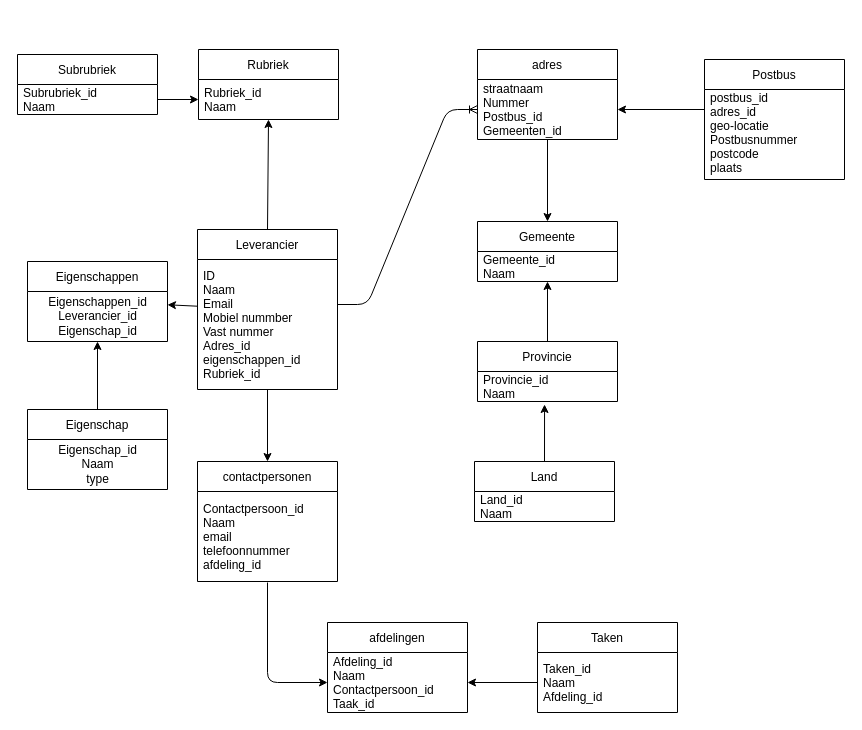
Earlier version of the draw.io diagram relational-data-storage/opdracht-1/Opdracht1.drawio (JelleKruijssen/educom-data-science-1664806245). Source tidied: cells renumbered, new cells numbered last; positions are measured from the earlier drawing's top-left corner, leaving out a move shared by most shapes. Both pictures are drawn from the tidied source at 100%, with x=0, y=0 at pixel (17, 49).
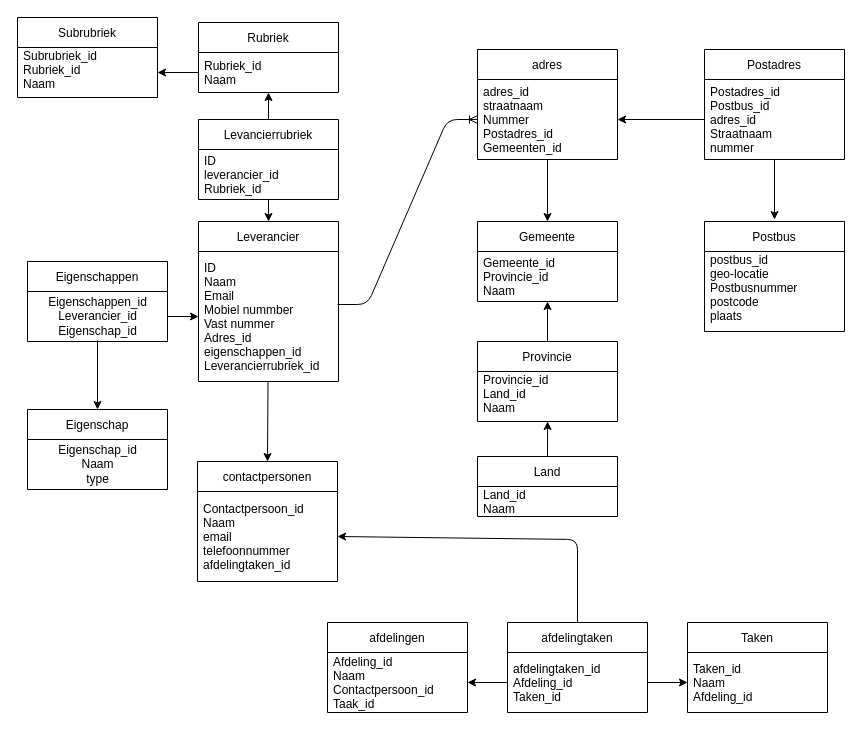
The same diagram, later.

Unchanged cells that the change refers to:
```xml
<mxCell id="7" value="Rubriek_id&#10;Naam" style="text;strokeColor=none;fillColor=none;align=left;verticalAlign=middle;spacingLeft=4;spacingRight=4;overflow=hidden;points=[[0,0.5],[1,0.5]];portConstraint=eastwest;" parent="6" vertex="1">
  <mxGeometry y="30" width="140" height="40" as="geometry" />
</mxCell>
<mxCell id="15" value="contactpersonen" style="swimlane;fontStyle=0;horizontal=1;startSize=30;" parent="1" vertex="1">
  <mxGeometry x="180" y="412" width="140" height="120" as="geometry" />
</mxCell>
<mxCell id="25" value="Afdeling_id&#10;Naam&#10;Contactpersoon_id&#10;Taak_id" style="text;strokeColor=none;fillColor=none;align=left;verticalAlign=middle;spacingLeft=4;spacingRight=4;overflow=hidden;points=[[0,0.5],[1,0.5]];portConstraint=eastwest;" parent="24" vertex="1">
  <mxGeometry y="30" width="140" height="60" as="geometry" />
</mxCell>
<mxCell id="34" value="Taken_id&#10;Naam&#10;Afdeling_id" style="text;strokeColor=none;fillColor=none;align=left;verticalAlign=middle;spacingLeft=4;spacingRight=4;overflow=hidden;points=[[0,0.5],[1,0.5]];portConstraint=eastwest;" parent="33" vertex="1">
  <mxGeometry y="30" width="140" height="60" as="geometry" />
</mxCell>
<mxCell id="36" value="Eigenschappen" style="swimlane;fontStyle=0;horizontal=1;startSize=30;" parent="1" vertex="1">
  <mxGeometry x="10" y="212" width="140" height="80" as="geometry" />
</mxCell>
<mxCell id="37" value="Eigenschappen_id&lt;br&gt;Leverancier_id&lt;br&gt;Eigenschap_id" style="text;html=1;align=center;verticalAlign=middle;points=[];strokeColor=none;fillColor=none;" parent="36" vertex="1">
  <mxGeometry y="30" width="140" height="50" as="geometry" />
</mxCell>
<mxCell id="38" value="Eigenschap" style="swimlane;fontStyle=0;horizontal=1;startSize=30;" parent="1" vertex="1">
  <mxGeometry x="10" y="360" width="140" height="80" as="geometry" />
</mxCell>
```

What changed in the source:
```diff
@@
-    <mxCell id="2" style="edgeStyle=none;html=1;" parent="1" edge="1" source="4" target="36">
-      <mxGeometry relative="1" as="geometry" />
-    </mxCell>
@@
     <mxCell id="4" value="Leverancier" style="swimlane;fontStyle=0;horizontal=1;startSize=30;" parent="1" vertex="1">
-      <mxGeometry x="180" y="180" width="140" height="160" as="geometry" />
+      <mxGeometry x="181" y="172" width="140" height="160" as="geometry" />
     </mxCell>
-    <mxCell id="5" value="ID&#10;Naam&#10;Email&#10;Mobiel nummber&#10;Vast nummer&#10;Adres_id&#10;eigenschappen_id&#10;Rubriek_id" style="text;strokeColor=none;fillColor=none;align=left;verticalAlign=middle;spacingLeft=4;spacingRight=4;overflow=hidden;points=[[0,0.5],[1,0.5]];portConstraint=eastwest;" parent="4" vertex="1">
+    <mxCell id="5" value="ID&#10;Naam&#10;Email&#10;Mobiel nummber&#10;Vast nummer&#10;Adres_id&#10;eigenschappen_id&#10;Leverancierrubriek_id" style="text;strokeColor=none;fillColor=none;align=left;verticalAlign=middle;spacingLeft=4;spacingRight=4;overflow=hidden;points=[[0,0.5],[1,0.5]];portConstraint=eastwest;" parent="4" vertex="1">
       <mxGeometry y="30" width="140" height="130" as="geometry" />
     </mxCell>
     <mxCell id="6" value="Rubriek" style="swimlane;fontStyle=0;horizontal=1;startSize=30;" parent="1" vertex="1">
-      <mxGeometry x="181" width="140" height="70" as="geometry" />
+      <mxGeometry x="181" y="-27" width="140" height="70" as="geometry" />
     </mxCell>
@@
+    <mxCell id="40" style="edgeStyle=none;html=1;entryX=0.5;entryY=0;entryDx=0;entryDy=0;" parent="1" edge="1" source="8" target="10">
+      <mxGeometry relative="1" as="geometry" />
+    </mxCell>
     <mxCell id="8" value="adres" style="swimlane;fontStyle=0;horizontal=1;startSize=30;" parent="1" vertex="1">
-      <mxGeometry x="460" width="140" height="90" as="geometry" />
+      <mxGeometry x="460" width="140" height="110" as="geometry" />
     </mxCell>
-    <mxCell id="9" value="straatnaam&#10;Nummer&#10;Postbus_id&#10;Gemeenten_id" style="text;strokeColor=none;fillColor=none;align=left;verticalAlign=middle;spacingLeft=4;spacingRight=4;overflow=hidden;points=[[0,0.5],[1,0.5]];portConstraint=eastwest;" parent="8" vertex="1">
-      <mxGeometry y="30" width="140" height="60" as="geometry" />
+    <mxCell id="9" value="adres_id&#10;straatnaam&#10;Nummer&#10;Postadres_id&#10;Gemeenten_id" style="text;strokeColor=none;fillColor=none;align=left;verticalAlign=middle;spacingLeft=4;spacingRight=4;overflow=hidden;points=[[0,0.5],[1,0.5]];portConstraint=eastwest;" parent="8" vertex="1">
+      <mxGeometry y="30" width="140" height="80" as="geometry" />
     </mxCell>
     <mxCell id="10" value="Gemeente" style="swimlane;fontStyle=0;horizontal=1;startSize=30;" parent="1" vertex="1">
-      <mxGeometry x="460" y="172" width="140" height="60" as="geometry" />
+      <mxGeometry x="460" y="172" width="140" height="80" as="geometry" />
     </mxCell>
-    <mxCell id="11" value="Gemeente_id&#10;Naam" style="text;strokeColor=none;fillColor=none;align=left;verticalAlign=middle;spacingLeft=4;spacingRight=4;overflow=hidden;points=[[0,0.5],[1,0.5]];portConstraint=eastwest;" parent="10" vertex="1">
-      <mxGeometry y="30" width="140" height="30" as="geometry" />
+    <mxCell id="11" value="Gemeente_id&#10;Provincie_id&#10;Naam" style="text;strokeColor=none;fillColor=none;align=left;verticalAlign=middle;spacingLeft=4;spacingRight=4;overflow=hidden;points=[[0,0.5],[1,0.5]];portConstraint=eastwest;" parent="10" vertex="1">
+      <mxGeometry y="30" width="140" height="50" as="geometry" />
     </mxCell>
-    <mxCell id="12" style="edgeStyle=none;html=1;entryX=0.479;entryY=1.1;entryDx=0;entryDy=0;entryPerimeter=0;exitX=0.5;exitY=0;exitDx=0;exitDy=0;" parent="1" edge="1" source="30" target="14">
-      <mxGeometry relative="1" as="geometry" />
+    <mxCell id="12" style="edgeStyle=none;html=1;entryX=0.479;entryY=1.1;entryDx=0;entryDy=0;entryPerimeter=0;exitX=0.5;exitY=0;exitDx=0;exitDy=0;" parent="1" edge="1" source="30">
+      <mxGeometry relative="1" as="geometry">
+        <mxPoint x="530.1" y="372" as="targetPoint" />
+      </mxGeometry>
     </mxCell>
     <mxCell id="13" value="Provincie" style="swimlane;fontStyle=0;horizontal=1;startSize=30;" parent="1" vertex="1">
-      <mxGeometry x="460" y="292" width="140" height="60" as="geometry" />
+      <mxGeometry x="460" y="292" width="140" height="80" as="geometry" />
     </mxCell>
-    <mxCell id="14" value="Provincie_id&#10;Naam" style="text;strokeColor=none;fillColor=none;align=left;verticalAlign=middle;spacingLeft=4;spacingRight=4;overflow=hidden;points=[[0,0.5],[1,0.5]];portConstraint=eastwest;" parent="13" vertex="1">
-      <mxGeometry y="30" width="140" height="30" as="geometry" />
+    <mxCell id="14" value="Provincie_id&#10;Land_id&#10;Naam&#10;" style="text;strokeColor=none;fillColor=none;align=left;verticalAlign=middle;spacingLeft=4;spacingRight=4;overflow=hidden;points=[[0,0.5],[1,0.5]];portConstraint=eastwest;" parent="13" vertex="1">
+      <mxGeometry y="30" width="140" height="50" as="geometry" />
     </mxCell>
@@
-    <mxCell id="16" value="Contactpersoon_id&#10;Naam&#10;email&#10;telefoonnummer&#10;afdeling_id" style="text;strokeColor=none;fillColor=none;align=left;verticalAlign=middle;spacingLeft=4;spacingRight=4;overflow=hidden;points=[[0,0.5],[1,0.5]];portConstraint=eastwest;" parent="15" vertex="1">
+    <mxCell id="16" value="Contactpersoon_id&#10;Naam&#10;email&#10;telefoonnummer&#10;afdelingtaken_id" style="text;strokeColor=none;fillColor=none;align=left;verticalAlign=middle;spacingLeft=4;spacingRight=4;overflow=hidden;points=[[0,0.5],[1,0.5]];portConstraint=eastwest;" parent="15" vertex="1">
       <mxGeometry y="30" width="140" height="90" as="geometry" />
     </mxCell>
-    <mxCell id="17" style="endArrow=classic;html=1;entryX=0.5;entryY=1;entryDx=0;entryDy=0;entryPerimeter=0;exitX=0.5;exitY=0;exitDx=0;exitDy=0;" parent="1" edge="1" source="4" target="7">
-      <mxGeometry relative="1" as="geometry" />
-    </mxCell>
-    <mxCell id="18" style="endArrow=classic;html=1;exitX=0.5;exitY=1;exitDx=0;exitDy=0;exitPerimeter=0;entryX=0.5;entryY=0;entryDx=0;entryDy=0;" parent="1" edge="1" target="10">
-      <mxGeometry relative="1" as="geometry">
-        <mxPoint x="530" y="90" as="sourcePoint" />
-      </mxGeometry>
-    </mxCell>
@@
     <mxCell id="20" value="Postbus" style="swimlane;fontStyle=0;horizontal=1;startSize=30;" parent="1" vertex="1">
-      <mxGeometry x="687" y="10" width="140" height="120" as="geometry" />
+      <mxGeometry x="687" y="172" width="140" height="110" as="geometry" />
     </mxCell>
-    <mxCell id="21" value="postbus_id&#10;adres_id&#10;geo-locatie&#10;Postbusnummer&#10;postcode&#10;plaats&#10;" style="text;strokeColor=none;fillColor=none;align=left;verticalAlign=middle;spacingLeft=4;spacingRight=4;overflow=hidden;" parent="20" vertex="1">
-      <mxGeometry y="30" width="140" height="90" as="geometry" />
+    <mxCell id="21" value="postbus_id&#10;geo-locatie&#10;Postbusnummer&#10;postcode&#10;plaats&#10;" style="text;strokeColor=none;fillColor=none;align=left;verticalAlign=middle;spacingLeft=4;spacingRight=4;overflow=hidden;" parent="20" vertex="1">
+      <mxGeometry y="30" width="140" height="80" as="geometry" />
     </mxCell>
-    <mxCell id="22" style="endArrow=classic;html=1;exitX=0;exitY=0.5;exitDx=0;exitDy=0;entryX=1;entryY=0.5;entryDx=0;entryDy=0;" parent="1" edge="1" target="9">
-      <mxGeometry relative="1" as="geometry">
-        <mxPoint x="687" y="60" as="sourcePoint" />
-      </mxGeometry>
-    </mxCell>
-    <mxCell id="23" style="edgeStyle=none;html=1;entryX=1;entryY=0.5;entryDx=0;entryDy=0;exitX=0;exitY=0.5;exitDx=0;exitDy=0;" parent="1" edge="1" source="34" target="25">
-      <mxGeometry relative="1" as="geometry" />
-    </mxCell>
@@
     <mxCell id="26" value="Subrubriek" style="swimlane;fontStyle=0;horizontal=1;startSize=30;" parent="1" vertex="1">
-      <mxGeometry y="5" width="140" height="60" as="geometry" />
+      <mxGeometry y="-32" width="140" height="80" as="geometry" />
     </mxCell>
-    <mxCell id="27" value="Subrubriek_id&#10;Naam" style="text;strokeColor=none;fillColor=none;align=left;verticalAlign=middle;spacingLeft=4;spacingRight=4;overflow=hidden;points=[[0,0.5],[1,0.5]];portConstraint=eastwest;" parent="26" vertex="1">
-      <mxGeometry y="30" width="140" height="30" as="geometry" />
+    <mxCell id="27" value="Subrubriek_id&#10;Rubriek_id&#10;Naam&#10;" style="text;strokeColor=none;fillColor=none;align=left;verticalAlign=middle;spacingLeft=4;spacingRight=4;overflow=hidden;points=[[0,0.5],[1,0.5]];portConstraint=eastwest;" parent="26" vertex="1">
+      <mxGeometry y="30" width="140" height="50" as="geometry" />
     </mxCell>
-    <mxCell id="28" style="endArrow=classic;html=1;exitX=1;exitY=0.5;exitDx=0;exitDy=0;entryX=0;entryY=0.5;entryDx=0;entryDy=0;" parent="1" edge="1" source="27" target="7">
+    <mxCell id="28" style="endArrow=classic;html=1;entryX=1;entryY=0.5;entryDx=0;entryDy=0;exitX=0;exitY=0.5;exitDx=0;exitDy=0;" parent="1" edge="1" source="7" target="27">
       <mxGeometry relative="1" as="geometry" />
     </mxCell>
@@
     <mxCell id="30" value="Land" style="swimlane;fontStyle=0;horizontal=1;startSize=30;" parent="1" vertex="1">
-      <mxGeometry x="457" y="412" width="140" height="60" as="geometry" />
+      <mxGeometry x="460" y="407" width="140" height="60" as="geometry" />
     </mxCell>
@@
-    <mxCell id="32" style="endArrow=classic;html=1;exitX=0.5;exitY=1;exitDx=0;exitDy=0;entryX=0;entryY=0.5;entryDx=0;entryDy=0;exitPerimeter=0;" parent="1" edge="1" target="25">
-      <mxGeometry relative="1" as="geometry">
-        <mxPoint x="250" y="533" as="sourcePoint" />
-        <Array as="points">
-          <mxPoint x="250" y="633" />
-        </Array>
-      </mxGeometry>
-    </mxCell>
+    <mxCell id="41" style="edgeStyle=none;html=1;exitX=1;exitY=0.5;exitDx=0;exitDy=0;entryX=0;entryY=0.5;entryDx=0;entryDy=0;" parent="1" edge="1" source="47" target="34">
+      <mxGeometry relative="1" as="geometry" />
+    </mxCell>
     <mxCell id="33" value="Taken" style="swimlane;fontStyle=0;horizontal=1;startSize=30;" parent="1" vertex="1">
-      <mxGeometry x="520" y="573" width="140" height="90" as="geometry" />
+      <mxGeometry x="670" y="573" width="140" height="90" as="geometry" />
     </mxCell>
@@
-    <mxCell id="35" style="edgeStyle=none;html=1;entryX=0.5;entryY=1;entryDx=0;entryDy=0;entryPerimeter=0;exitX=0.5;exitY=0;exitDx=0;exitDy=0;" parent="1" edge="1" source="38" target="37">
+    <mxCell id="35" style="edgeStyle=none;html=1;entryX=0.5;entryY=0;entryDx=0;entryDy=0;exitX=0.5;exitY=0.98;exitDx=0;exitDy=0;exitPerimeter=0;" parent="1" edge="1" source="37" target="38">
       <mxGeometry relative="1" as="geometry" />
     </mxCell>
@@
+    <mxCell id="42" style="edgeStyle=none;html=1;" parent="1" edge="1" source="44" target="7">
+      <mxGeometry relative="1" as="geometry" />
+    </mxCell>
+    <mxCell id="43" style="edgeStyle=none;html=1;entryX=0.5;entryY=0;entryDx=0;entryDy=0;" parent="1" edge="1" source="44" target="4">
+      <mxGeometry relative="1" as="geometry" />
+    </mxCell>
+    <mxCell id="44" value="Levancierrubriek" style="swimlane;fontStyle=0;horizontal=1;startSize=30;" parent="1" vertex="1">
+      <mxGeometry x="181" y="70" width="140" height="80" as="geometry" />
+    </mxCell>
+    <mxCell id="45" value="ID&#10;leverancier_id&#10;Rubriek_id" style="text;strokeColor=none;fillColor=none;align=left;verticalAlign=middle;spacingLeft=4;spacingRight=4;overflow=hidden;" parent="44" vertex="1">
+      <mxGeometry y="30" width="140" height="50" as="geometry" />
+    </mxCell>
+    <mxCell id="46" value="afdelingtaken" style="swimlane;fontStyle=0;horizontal=1;startSize=30;" parent="1" vertex="1">
+      <mxGeometry x="490" y="573" width="140" height="90" as="geometry" />
+    </mxCell>
+    <mxCell id="47" value="afdelingtaken_id&#10;Afdeling_id&#10;Taken_id" style="text;strokeColor=none;fillColor=none;align=left;verticalAlign=middle;spacingLeft=4;spacingRight=4;overflow=hidden;points=[[0,0.5],[1,0.5]];portConstraint=eastwest;" parent="46" vertex="1">
+      <mxGeometry y="30" width="140" height="60" as="geometry" />
+    </mxCell>
+    <mxCell id="48" style="edgeStyle=none;html=1;exitX=0;exitY=0.5;exitDx=0;exitDy=0;entryX=1;entryY=0.5;entryDx=0;entryDy=0;" parent="1" edge="1" source="47" target="25">
+      <mxGeometry relative="1" as="geometry" />
+    </mxCell>
+    <mxCell id="49" style="endArrow=classic;html=1;exitX=0.5;exitY=0;exitDx=0;exitDy=0;entryX=1;entryY=0.5;entryDx=0;entryDy=0;" parent="1" edge="1" source="46" target="16">
+      <mxGeometry relative="1" as="geometry">
+        <Array as="points">
+          <mxPoint x="560" y="490" />
+        </Array>
+      </mxGeometry>
+    </mxCell>
+    <mxCell id="50" style="edgeStyle=none;html=1;" parent="1" edge="1" source="37" target="5">
+      <mxGeometry relative="1" as="geometry" />
+    </mxCell>
+    <mxCell id="51" style="edgeStyle=none;html=1;" parent="1" edge="1" source="52">
+      <mxGeometry relative="1" as="geometry">
+        <mxPoint x="757" y="170" as="targetPoint" />
+      </mxGeometry>
+    </mxCell>
+    <mxCell id="52" value="Postadres" style="swimlane;fontStyle=0;horizontal=1;startSize=30;" parent="1" vertex="1">
+      <mxGeometry x="687" width="140" height="110" as="geometry" />
+    </mxCell>
+    <mxCell id="53" value="Postadres_id&#10;Postbus_id&#10;adres_id&#10;Straatnaam&#10;nummer" style="text;strokeColor=none;fillColor=none;align=left;verticalAlign=middle;spacingLeft=4;spacingRight=4;overflow=hidden;points=[[0,0.5],[1,0.5]];portConstraint=eastwest;" parent="52" vertex="1">
+      <mxGeometry y="30" width="140" height="80" as="geometry" />
+    </mxCell>
+    <mxCell id="54" style="edgeStyle=none;html=1;" parent="1" edge="1" source="53" target="9">
+      <mxGeometry relative="1" as="geometry" />
+    </mxCell>
```
